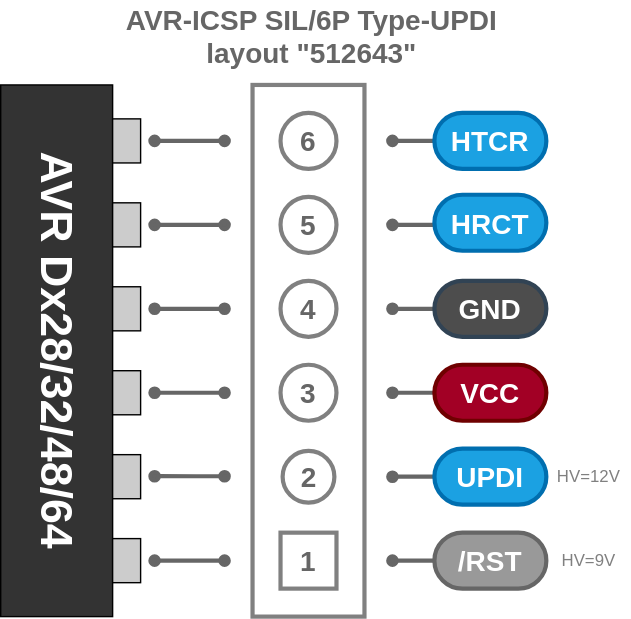
Earlier version of the draw.io export svg/AVR-ICSP-S6P-UPDI-512643.drawio.svg (askn37/askn37.github.io). Source tidied: cells renumbered, new cells last; positions are measured from the earlier drawing's top-left corner, leaving out a move shared by most shapes.
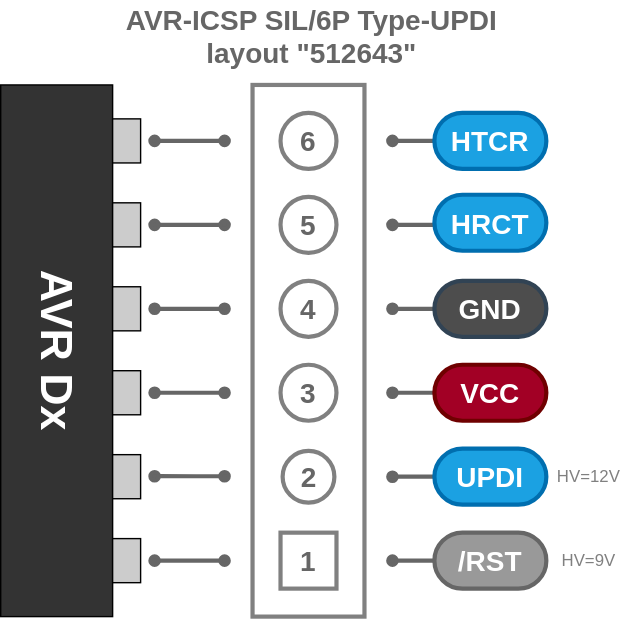
The same file after the commit.

Diff of the diagram source:
```diff
@@ -65,7 +65,7 @@
         <mxPoint x="430" y="340" as="targetPoint" />
       </mxGeometry>
     </mxCell>
-    <mxCell id="17" value="AVR Dx28/32/48/64" style="rounded=1;whiteSpace=wrap;html=1;fillColor=#333333;fontColor=#FFFFFF;fontStyle=1;fontSize=32;arcSize=0;direction=south;rotation=90;" parent="1" vertex="1">
+    <mxCell id="17" value="AVR Dx" style="rounded=1;whiteSpace=wrap;html=1;fillColor=#333333;fontColor=#FFFFFF;fontStyle=1;fontSize=32;arcSize=0;direction=south;rotation=90;" parent="1" vertex="1">
       <mxGeometry y="210" width="380" height="80" as="geometry" />
     </mxCell>
     <mxCell id="18" style="rounded=0;whiteSpace=wrap;html=1;fontSize=32;fontColor=#FFFFFF;fillColor=#CCCCCC;" parent="1" vertex="1">
```
